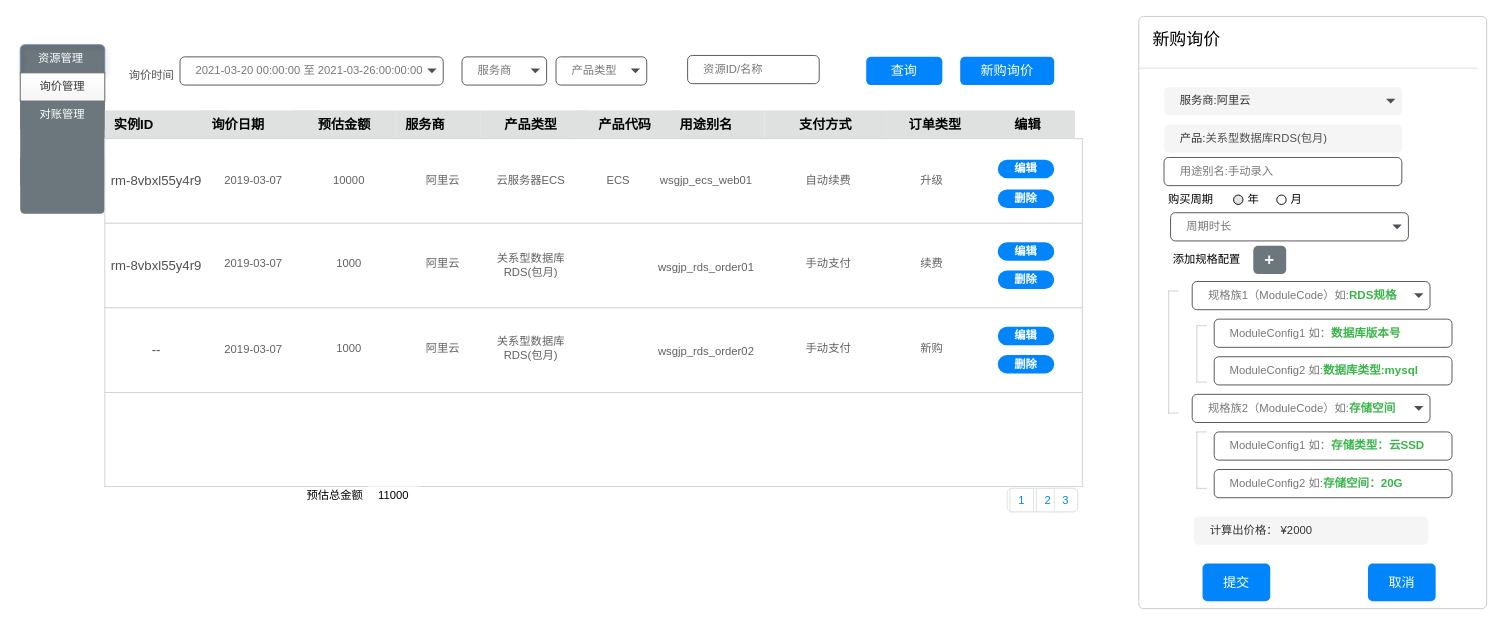
Earlier version of the draw.io diagram page "询价列表" (2 of 10) of 阿里云交易.drawio (mashifei/uml). Source tidied: cells renumbered, new cells numbered last; positions are measured from the earlier drawing's top-left corner, leaving out a move shared by most shapes. Both pictures are drawn from the tidied source at 94%, with x=0, y=0 at pixel (20, 16).
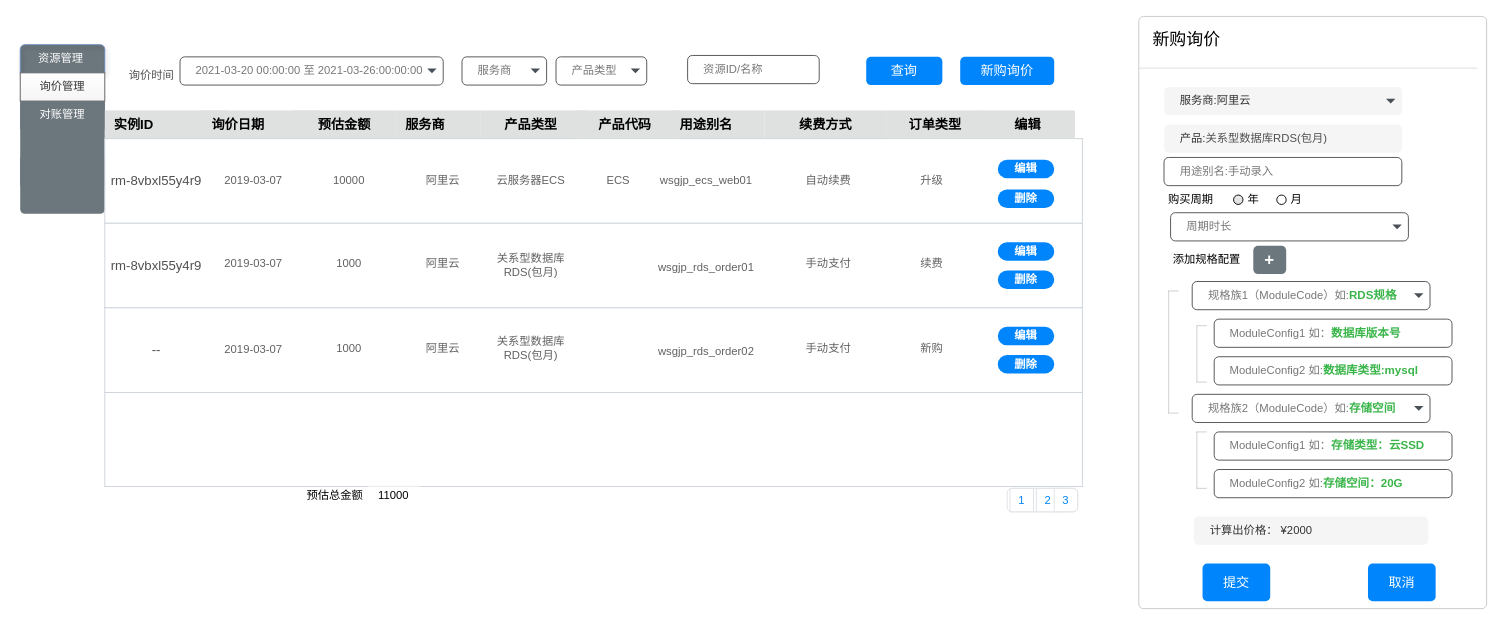
The same page after the edit.

Diff of the diagram source:
```diff
@@
-    <mxCell id="13" value="支付方式" style="rounded=0;whiteSpace=wrap;html=1;arcSize=50;strokeColor=none;strokeWidth=1;fontColor=#000000;whiteSpace=wrap;align=center;verticalAlign=middle;spacingLeft=0;fontStyle=1;fontSize=14;spacing=10;fillColor=#DFE0E0;" parent="1" vertex="1">
+    <mxCell id="13" value="续费方式" style="rounded=0;whiteSpace=wrap;html=1;arcSize=50;strokeColor=none;strokeWidth=1;fontColor=#000000;whiteSpace=wrap;align=center;verticalAlign=middle;spacingLeft=0;fontStyle=1;fontSize=14;spacing=10;fillColor=#DFE0E0;" parent="1" vertex="1">
       <mxGeometry x="792" y="100" width="130" height="30" as="geometry" />
     </mxCell>
```
